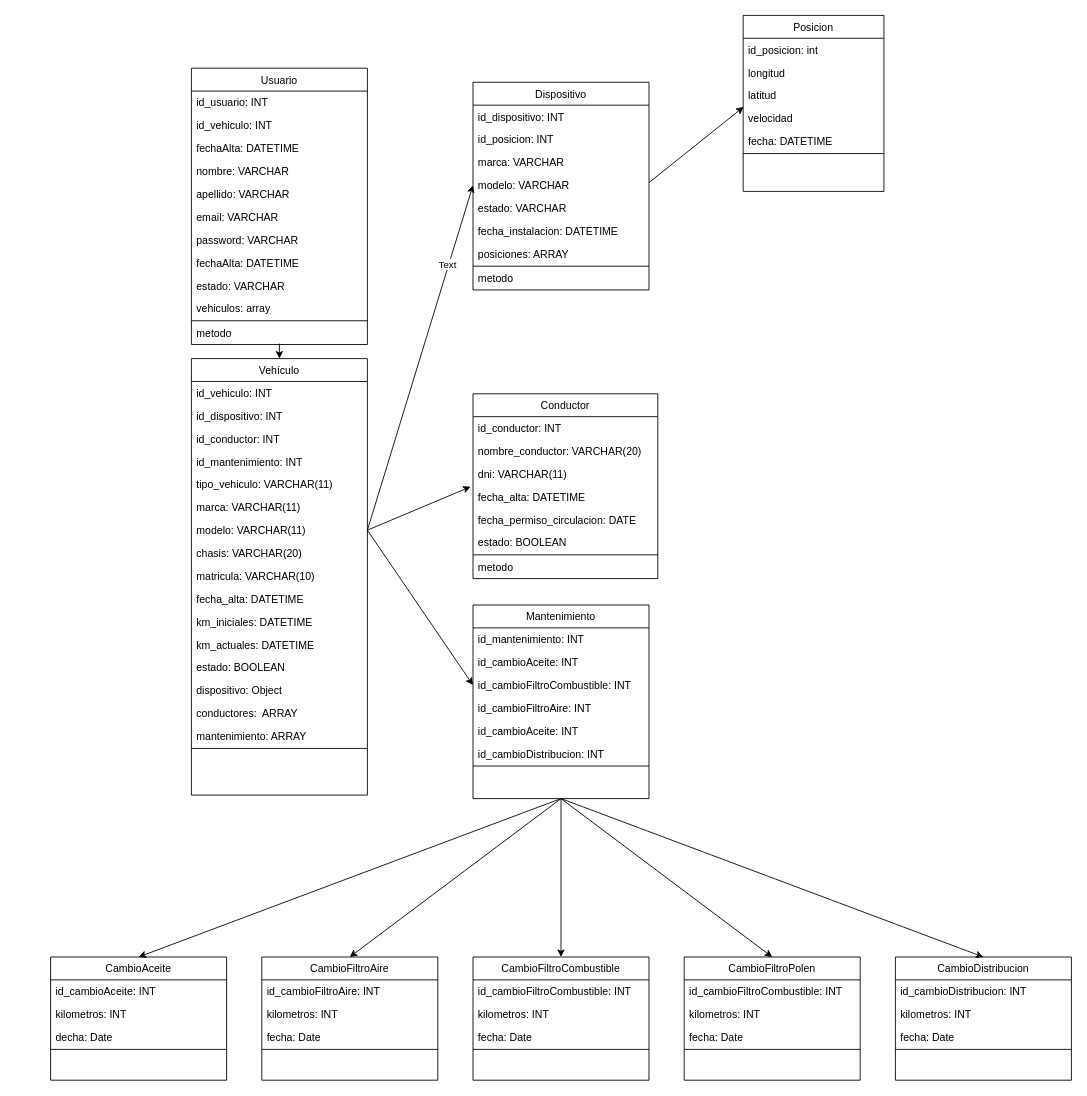
Earlier version of the draw.io diagram src/diagramaDeClases.drawio (PABLOKUMAR1993/PRoLocation_back). Source tidied: cells renumbered, new cells numbered last; positions are measured from the earlier drawing's top-left corner, leaving out a move shared by most shapes. Both pictures are drawn from the tidied source at 88%, with x=0, y=0 at pixel (50, 15).
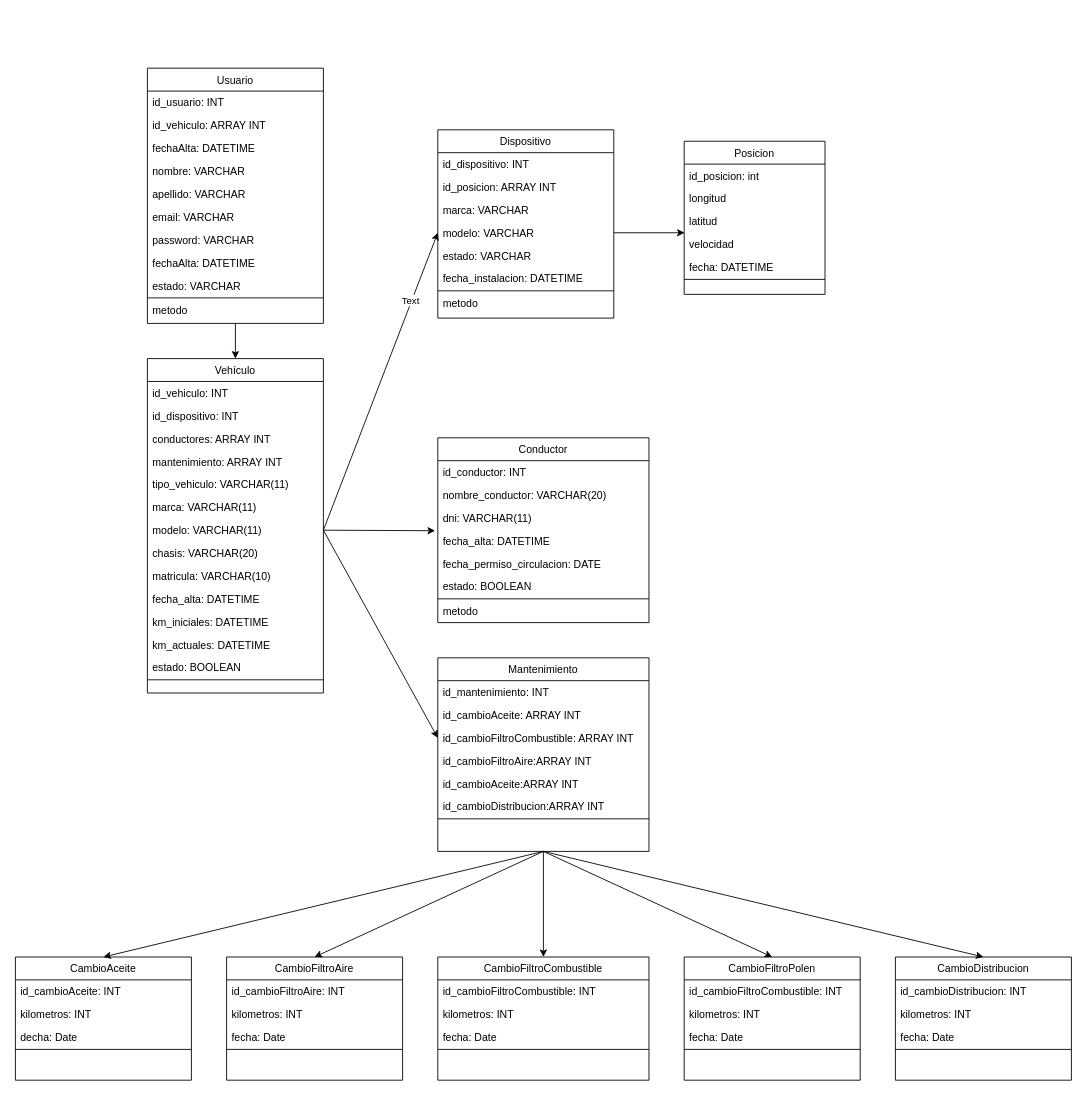
The same page after the edit.

Unchanged cells that the change refers to:
```xml
<mxCell id="6" value="modelo: VARCHAR" style="text;align=left;verticalAlign=top;spacingLeft=4;spacingRight=4;overflow=hidden;points=[[0,0.5],[1,0.5]];portConstraint=eastwest;" parent="2" vertex="1">
  <mxGeometry y="104" width="200" height="26" as="geometry" />
</mxCell>
<mxCell id="52" value="CambioFiltroPolen" style="swimlane;fontStyle=0;align=center;verticalAlign=top;horizontal=1;startSize=26;rounded=0;shadow=0;strokeWidth=1;" parent="1" vertex="1">
  <mxGeometry x="720" y="1070" width="200" height="140" as="geometry" />
</mxCell>
<mxCell id="67" value="CambioDistribucion" style="swimlane;fontStyle=0;align=center;verticalAlign=top;horizontal=1;startSize=26;rounded=0;shadow=0;strokeWidth=1;" parent="1" vertex="1">
  <mxGeometry x="960" y="1070" width="200" height="140" as="geometry" />
</mxCell>
<mxCell id="76" value="velocidad" style="text;align=left;verticalAlign=top;spacingLeft=4;spacingRight=4;overflow=hidden;points=[[0,0.5],[1,0.5]];portConstraint=eastwest;" parent="72" vertex="1">
  <mxGeometry y="104" width="160" height="26" as="geometry" />
</mxCell>
```

The edit, as a diff of the source:
```diff
@@
     <mxCell id="2" value="Dispositivo" style="swimlane;fontStyle=0;align=center;verticalAlign=top;horizontal=1;startSize=26;rounded=0;shadow=0;strokeWidth=1;" parent="1" vertex="1">
-      <mxGeometry x="480" y="76" width="200" height="236" as="geometry" />
+      <mxGeometry x="440" y="130" width="200" height="214" as="geometry" />
     </mxCell>
@@
-    <mxCell id="4" value="id_posicion: INT&#10;" style="text;align=left;verticalAlign=top;spacingLeft=4;spacingRight=4;overflow=hidden;" parent="2" vertex="1">
+    <mxCell id="4" value="id_posicion: ARRAY INT&#10;" style="text;align=left;verticalAlign=top;spacingLeft=4;spacingRight=4;overflow=hidden;" parent="2" vertex="1">
       <mxGeometry y="52" width="200" height="26" as="geometry" />
     </mxCell>
@@
-    <mxCell id="9" value="posiciones: ARRAY" style="text;align=left;verticalAlign=top;spacingLeft=4;spacingRight=4;overflow=hidden;" parent="2" vertex="1">
-      <mxGeometry y="182" width="200" height="26" as="geometry" />
-    </mxCell>
     <mxCell id="10" style="line;html=1;strokeWidth=1;align=left;verticalAlign=middle;spacingTop=-1;spacingLeft=3;spacingRight=3;labelPosition=right;" parent="2" vertex="1">
-      <mxGeometry y="208" width="200" height="2" as="geometry" />
+      <mxGeometry y="182" width="200" height="2" as="geometry" />
     </mxCell>
     <mxCell id="11" value="metodo" style="text;align=left;verticalAlign=top;spacingLeft=4;spacingRight=4;overflow=hidden;" parent="2" vertex="1">
-      <mxGeometry y="210" width="200" height="26" as="geometry" />
+      <mxGeometry y="184" width="200" height="26" as="geometry" />
     </mxCell>
     <mxCell id="12" value="Vehículo" style="swimlane;fontStyle=0;align=center;verticalAlign=top;horizontal=1;startSize=26;rounded=0;shadow=0;strokeWidth=1;" parent="1" vertex="1">
-      <mxGeometry x="160" y="390" width="200" height="496" as="geometry" />
+      <mxGeometry x="110" y="390" width="200" height="380" as="geometry" />
     </mxCell>
@@
-    <mxCell id="15" value="id_conductor: INT" style="text;align=left;verticalAlign=top;spacingLeft=4;spacingRight=4;overflow=hidden;" parent="12" vertex="1">
+    <mxCell id="15" value="conductores: ARRAY INT" style="text;align=left;verticalAlign=top;spacingLeft=4;spacingRight=4;overflow=hidden;" parent="12" vertex="1">
       <mxGeometry y="78" width="200" height="26" as="geometry" />
     </mxCell>
-    <mxCell id="16" value="id_mantenimiento: INT" style="text;align=left;verticalAlign=top;spacingLeft=4;spacingRight=4;overflow=hidden;" parent="12" vertex="1">
+    <mxCell id="16" value="mantenimiento: ARRAY INT" style="text;align=left;verticalAlign=top;spacingLeft=4;spacingRight=4;overflow=hidden;" parent="12" vertex="1">
       <mxGeometry y="104" width="200" height="26" as="geometry" />
     </mxCell>
@@
-    <mxCell id="26" value="dispositivo: Object" style="text;align=left;verticalAlign=top;spacingLeft=4;spacingRight=4;overflow=hidden;" parent="12" vertex="1">
-      <mxGeometry y="364" width="200" height="26" as="geometry" />
-    </mxCell>
-    <mxCell id="27" value="conductores:  ARRAY" style="text;align=left;verticalAlign=top;spacingLeft=4;spacingRight=4;overflow=hidden;" parent="12" vertex="1">
-      <mxGeometry y="390" width="200" height="26" as="geometry" />
-    </mxCell>
-    <mxCell id="28" value="mantenimiento: ARRAY" style="text;align=left;verticalAlign=top;spacingLeft=4;spacingRight=4;overflow=hidden;" parent="12" vertex="1">
-      <mxGeometry y="416" width="200" height="26" as="geometry" />
-    </mxCell>
     <mxCell id="29" style="line;html=1;strokeWidth=1;align=left;verticalAlign=middle;spacingTop=-1;spacingLeft=3;spacingRight=3;labelPosition=right;" parent="12" vertex="1">
-      <mxGeometry y="442" width="200" height="2" as="geometry" />
+      <mxGeometry y="364" width="200" height="2" as="geometry" />
     </mxCell>
     <mxCell id="30" value="Conductor" style="swimlane;fontStyle=0;align=center;verticalAlign=top;horizontal=1;startSize=26;rounded=0;shadow=0;strokeWidth=1;" parent="1" vertex="1">
-      <mxGeometry x="480" y="430" width="210" height="210" as="geometry" />
+      <mxGeometry x="440" y="480" width="240" height="210" as="geometry" />
     </mxCell>
     <mxCell id="31" value="id_conductor: INT" style="text;align=left;verticalAlign=top;spacingLeft=4;spacingRight=4;overflow=hidden;" parent="30" vertex="1">
-      <mxGeometry y="26" width="210" height="26" as="geometry" />
+      <mxGeometry y="26" width="240" height="26" as="geometry" />
     </mxCell>
     <mxCell id="32" value="nombre_conductor: VARCHAR(20)" style="text;align=left;verticalAlign=top;spacingLeft=4;spacingRight=4;overflow=hidden;" parent="30" vertex="1">
-      <mxGeometry y="52" width="210" height="26" as="geometry" />
+      <mxGeometry y="52" width="240" height="26" as="geometry" />
     </mxCell>
     <mxCell id="33" value="dni: VARCHAR(11)" style="text;align=left;verticalAlign=top;spacingLeft=4;spacingRight=4;overflow=hidden;" parent="30" vertex="1">
-      <mxGeometry y="78" width="210" height="26" as="geometry" />
+      <mxGeometry y="78" width="240" height="26" as="geometry" />
     </mxCell>
     <mxCell id="34" value="fecha_alta: DATETIME" style="text;align=left;verticalAlign=top;spacingLeft=4;spacingRight=4;overflow=hidden;points=[[0,0.5],[1,0.5]];portConstraint=eastwest;" parent="30" vertex="1">
-      <mxGeometry y="104" width="210" height="26" as="geometry" />
+      <mxGeometry y="104" width="240" height="26" as="geometry" />
     </mxCell>
     <mxCell id="35" value="fecha_permiso_circulacion: DATE" style="text;align=left;verticalAlign=top;spacingLeft=4;spacingRight=4;overflow=hidden;" parent="30" vertex="1">
-      <mxGeometry y="130" width="210" height="26" as="geometry" />
+      <mxGeometry y="130" width="240" height="26" as="geometry" />
     </mxCell>
     <mxCell id="36" value="estado: BOOLEAN" style="text;align=left;verticalAlign=top;spacingLeft=4;spacingRight=4;overflow=hidden;" parent="30" vertex="1">
-      <mxGeometry y="156" width="210" height="26" as="geometry" />
+      <mxGeometry y="156" width="240" height="26" as="geometry" />
     </mxCell>
     <mxCell id="37" style="line;html=1;strokeWidth=1;align=left;verticalAlign=middle;spacingTop=-1;spacingLeft=3;spacingRight=3;labelPosition=right;" parent="30" vertex="1">
-      <mxGeometry y="182" width="210" height="2" as="geometry" />
+      <mxGeometry y="182" width="240" height="2" as="geometry" />
     </mxCell>
     <mxCell id="38" value="metodo" style="text;align=left;verticalAlign=top;spacingLeft=4;spacingRight=4;overflow=hidden;" parent="30" vertex="1">
-      <mxGeometry y="184" width="210" height="26" as="geometry" />
+      <mxGeometry y="184" width="240" height="26" as="geometry" />
     </mxCell>
     <mxCell id="39" value="Mantenimiento" style="swimlane;fontStyle=0;align=center;verticalAlign=top;horizontal=1;startSize=26;rounded=0;shadow=0;strokeWidth=1;" parent="1" vertex="1">
-      <mxGeometry x="480" y="670" width="200" height="220" as="geometry" />
+      <mxGeometry x="440" y="730" width="240" height="220" as="geometry" />
     </mxCell>
     <mxCell id="40" value="id_mantenimiento: INT" style="text;align=left;verticalAlign=top;spacingLeft=4;spacingRight=4;overflow=hidden;" parent="39" vertex="1">
-      <mxGeometry y="26" width="200" height="26" as="geometry" />
+      <mxGeometry y="26" width="240" height="26" as="geometry" />
     </mxCell>
-    <mxCell id="41" value="id_cambioAceite: INT" style="text;align=left;verticalAlign=top;spacingLeft=4;spacingRight=4;overflow=hidden;" parent="39" vertex="1">
-      <mxGeometry y="52" width="200" height="26" as="geometry" />
+    <mxCell id="41" value="id_cambioAceite: ARRAY INT" style="text;align=left;verticalAlign=top;spacingLeft=4;spacingRight=4;overflow=hidden;" parent="39" vertex="1">
+      <mxGeometry y="52" width="240" height="26" as="geometry" />
     </mxCell>
-    <mxCell id="42" value="id_cambioFiltroCombustible: INT" style="text;align=left;verticalAlign=top;spacingLeft=4;spacingRight=4;overflow=hidden;points=[[0,0.5],[1,0.5]];portConstraint=eastwest;" parent="39" vertex="1">
-      <mxGeometry y="78" width="200" height="26" as="geometry" />
+    <mxCell id="42" value="id_cambioFiltroCombustible: ARRAY INT" style="text;align=left;verticalAlign=top;spacingLeft=4;spacingRight=4;overflow=hidden;points=[[0,0.5],[1,0.5]];portConstraint=eastwest;" parent="39" vertex="1">
+      <mxGeometry y="78" width="240" height="26" as="geometry" />
     </mxCell>
-    <mxCell id="43" value="id_cambioFiltroAire: INT" style="text;align=left;verticalAlign=top;spacingLeft=4;spacingRight=4;overflow=hidden;" parent="39" vertex="1">
-      <mxGeometry y="104" width="200" height="26" as="geometry" />
+    <mxCell id="43" value="id_cambioFiltroAire:ARRAY INT" style="text;align=left;verticalAlign=top;spacingLeft=4;spacingRight=4;overflow=hidden;" parent="39" vertex="1">
+      <mxGeometry y="104" width="240" height="26" as="geometry" />
     </mxCell>
-    <mxCell id="44" value="id_cambioAceite: INT" style="text;align=left;verticalAlign=top;spacingLeft=4;spacingRight=4;overflow=hidden;" parent="39" vertex="1">
-      <mxGeometry y="130" width="200" height="26" as="geometry" />
+    <mxCell id="44" value="id_cambioAceite:ARRAY INT" style="text;align=left;verticalAlign=top;spacingLeft=4;spacingRight=4;overflow=hidden;" parent="39" vertex="1">
+      <mxGeometry y="130" width="240" height="26" as="geometry" />
     </mxCell>
-    <mxCell id="45" value="id_cambioDistribucion: INT" style="text;align=left;verticalAlign=top;spacingLeft=4;spacingRight=4;overflow=hidden;" parent="39" vertex="1">
-      <mxGeometry y="156" width="200" height="26" as="geometry" />
+    <mxCell id="45" value="id_cambioDistribucion:ARRAY INT" style="text;align=left;verticalAlign=top;spacingLeft=4;spacingRight=4;overflow=hidden;" parent="39" vertex="1">
+      <mxGeometry y="156" width="240" height="26" as="geometry" />
     </mxCell>
     <mxCell id="46" style="line;html=1;strokeWidth=1;align=left;verticalAlign=middle;spacingTop=-1;spacingLeft=3;spacingRight=3;labelPosition=right;" parent="39" vertex="1">
-      <mxGeometry y="182" width="200" height="2" as="geometry" />
+      <mxGeometry y="182" width="240" height="2" as="geometry" />
     </mxCell>
     <mxCell id="47" value="CambioAceite" style="swimlane;fontStyle=0;align=center;verticalAlign=top;horizontal=1;startSize=26;rounded=0;shadow=0;strokeWidth=1;" parent="1" vertex="1">
-      <mxGeometry y="1070" width="200" height="140" as="geometry" />
+      <mxGeometry x="-40" y="1070" width="200" height="140" as="geometry" />
     </mxCell>
@@
     <mxCell id="57" value="CambioFiltroAire" style="swimlane;fontStyle=0;align=center;verticalAlign=top;horizontal=1;startSize=26;rounded=0;shadow=0;strokeWidth=1;" parent="1" vertex="1">
-      <mxGeometry x="240" y="1070" width="200" height="140" as="geometry" />
+      <mxGeometry x="200" y="1070" width="200" height="140" as="geometry" />
     </mxCell>
@@
     <mxCell id="62" value="CambioFiltroCombustible" style="swimlane;fontStyle=0;align=center;verticalAlign=top;horizontal=1;startSize=26;rounded=0;shadow=0;strokeWidth=1;" parent="1" vertex="1">
-      <mxGeometry x="480" y="1070" width="200" height="140" as="geometry" />
+      <mxGeometry x="440" y="1070" width="240" height="140" as="geometry" />
     </mxCell>
     <mxCell id="63" value="id_cambioFiltroCombustible: INT" style="text;align=left;verticalAlign=top;spacingLeft=4;spacingRight=4;overflow=hidden;" parent="62" vertex="1">
-      <mxGeometry y="26" width="200" height="26" as="geometry" />
+      <mxGeometry y="26" width="240" height="26" as="geometry" />
     </mxCell>
     <mxCell id="64" value="kilometros: INT" style="text;align=left;verticalAlign=top;spacingLeft=4;spacingRight=4;overflow=hidden;" parent="62" vertex="1">
-      <mxGeometry y="52" width="200" height="26" as="geometry" />
+      <mxGeometry y="52" width="240" height="26" as="geometry" />
     </mxCell>
     <mxCell id="65" value="fecha: Date" style="text;align=left;verticalAlign=top;spacingLeft=4;spacingRight=4;overflow=hidden;" parent="62" vertex="1">
-      <mxGeometry y="78" width="200" height="26" as="geometry" />
+      <mxGeometry y="78" width="240" height="26" as="geometry" />
     </mxCell>
     <mxCell id="66" style="line;html=1;strokeWidth=1;align=left;verticalAlign=middle;spacingTop=-1;spacingLeft=3;spacingRight=3;labelPosition=right;" parent="62" vertex="1">
-      <mxGeometry y="104" width="200" height="2" as="geometry" />
+      <mxGeometry y="104" width="240" height="2" as="geometry" />
     </mxCell>
@@
     <mxCell id="72" value="Posicion" style="swimlane;fontStyle=0;align=center;verticalAlign=top;horizontal=1;startSize=26;rounded=0;shadow=0;strokeWidth=1;" parent="1" vertex="1">
-      <mxGeometry x="787" width="160" height="200" as="geometry" />
+      <mxGeometry x="720" y="143" width="160" height="174" as="geometry" />
     </mxCell>
@@
-    <mxCell id="84" style="endArrow=classic;html=1;rounded=0;entryX=0.5;entryY=0;entryDx=0;entryDy=0;" parent="1" edge="1" target="57">
-      <mxGeometry relative="1" as="geometry">
-        <mxPoint x="580" y="890" as="sourcePoint" />
-      </mxGeometry>
+    <mxCell id="84" style="endArrow=classic;html=1;rounded=0;entryX=0.5;entryY=0;entryDx=0;entryDy=0;exitX=0.5;exitY=1;exitDx=0;exitDy=0;" parent="1" edge="1" source="39" target="57">
+      <mxGeometry relative="1" as="geometry" />
     </mxCell>
-    <mxCell id="85" style="endArrow=classic;html=1;rounded=0;entryX=0.5;entryY=0;entryDx=0;entryDy=0;" parent="1" edge="1" target="62">
-      <mxGeometry relative="1" as="geometry">
-        <mxPoint x="580" y="890" as="sourcePoint" />
-      </mxGeometry>
+    <mxCell id="85" style="endArrow=classic;html=1;rounded=0;entryX=0.5;entryY=0;entryDx=0;entryDy=0;exitX=0.5;exitY=1;exitDx=0;exitDy=0;" parent="1" edge="1" source="39" target="62">
+      <mxGeometry relative="1" as="geometry" />
     </mxCell>
-    <mxCell id="86" style="endArrow=classic;html=1;rounded=0;entryX=0.5;entryY=0;entryDx=0;entryDy=0;" parent="1" edge="1" target="52">
-      <mxGeometry relative="1" as="geometry">
-        <mxPoint x="580" y="890" as="sourcePoint" />
-      </mxGeometry>
+    <mxCell id="86" style="endArrow=classic;html=1;rounded=0;entryX=0.5;entryY=0;entryDx=0;entryDy=0;exitX=0.5;exitY=1;exitDx=0;exitDy=0;" parent="1" edge="1" source="39" target="52">
+      <mxGeometry relative="1" as="geometry" />
     </mxCell>
-    <mxCell id="87" style="endArrow=classic;html=1;rounded=0;entryX=0.5;entryY=0;entryDx=0;entryDy=0;" parent="1" edge="1" target="67">
-      <mxGeometry relative="1" as="geometry">
-        <mxPoint x="580" y="890" as="sourcePoint" />
-      </mxGeometry>
+    <mxCell id="87" style="endArrow=classic;html=1;rounded=0;entryX=0.5;entryY=0;entryDx=0;entryDy=0;exitX=0.5;exitY=1;exitDx=0;exitDy=0;" parent="1" edge="1" source="39" target="67">
+      <mxGeometry relative="1" as="geometry" />
     </mxCell>
-    <mxCell id="88" style="endArrow=classic;html=1;rounded=0;entryX=0.003;entryY=0;entryDx=0;entryDy=0;entryPerimeter=0;" parent="1" edge="1" target="76">
-      <mxGeometry relative="1" as="geometry">
-        <mxPoint x="680" y="190" as="sourcePoint" />
-      </mxGeometry>
+    <mxCell id="88" style="endArrow=classic;html=1;rounded=0;entryX=0.003;entryY=0;entryDx=0;entryDy=0;entryPerimeter=0;exitX=1;exitY=0.5;exitDx=0;exitDy=0;" parent="1" edge="1" source="6" target="76">
+      <mxGeometry relative="1" as="geometry" />
     </mxCell>
     <mxCell id="89" value="Usuario" style="swimlane;fontStyle=0;align=center;verticalAlign=top;horizontal=1;startSize=26;rounded=0;shadow=0;strokeWidth=1;" parent="1" vertex="1">
-      <mxGeometry x="160" y="60" width="200" height="314" as="geometry" />
+      <mxGeometry x="110" y="60" width="200" height="290" as="geometry" />
     </mxCell>
@@
-    <mxCell id="91" value="id_vehiculo: INT" style="text;align=left;verticalAlign=top;spacingLeft=4;spacingRight=4;overflow=hidden;" parent="89" vertex="1">
+    <mxCell id="91" value="id_vehiculo: ARRAY INT" style="text;align=left;verticalAlign=top;spacingLeft=4;spacingRight=4;overflow=hidden;" parent="89" vertex="1">
       <mxGeometry y="52" width="200" height="26" as="geometry" />
     </mxCell>
@@
-    <mxCell id="99" value="vehiculos: array" style="text;align=left;verticalAlign=top;spacingLeft=4;spacingRight=4;overflow=hidden;" parent="89" vertex="1">
-      <mxGeometry y="260" width="200" height="26" as="geometry" />
-    </mxCell>
     <mxCell id="100" style="line;html=1;strokeWidth=1;align=left;verticalAlign=middle;spacingTop=-1;spacingLeft=3;spacingRight=3;labelPosition=right;" parent="89" vertex="1">
-      <mxGeometry y="286" width="200" height="2" as="geometry" />
+      <mxGeometry y="260" width="200" height="2" as="geometry" />
     </mxCell>
     <mxCell id="101" value="metodo" style="text;align=left;verticalAlign=top;spacingLeft=4;spacingRight=4;overflow=hidden;points=[[0,0.5],[1,0.5]];portConstraint=eastwest;" parent="89" vertex="1">
-      <mxGeometry y="288" width="200" height="26" as="geometry" />
+      <mxGeometry y="262" width="200" height="26" as="geometry" />
     </mxCell>
-    <mxCell id="102" style="endArrow=classic;html=1;rounded=0;entryX=0.5;entryY=0;entryDx=0;entryDy=0;exitX=0.5;exitY=0.962;exitDx=0;exitDy=0;exitPerimeter=0;" parent="1" edge="1" source="101" target="12">
-      <mxGeometry relative="1" as="geometry" />
+    <mxCell id="102" style="endArrow=classic;html=1;rounded=0;entryX=0.5;entryY=0;entryDx=0;entryDy=0;" parent="1" edge="1" target="12">
+      <mxGeometry relative="1" as="geometry">
+        <mxPoint x="210" y="350" as="sourcePoint" />
+      </mxGeometry>
     </mxCell>
```
